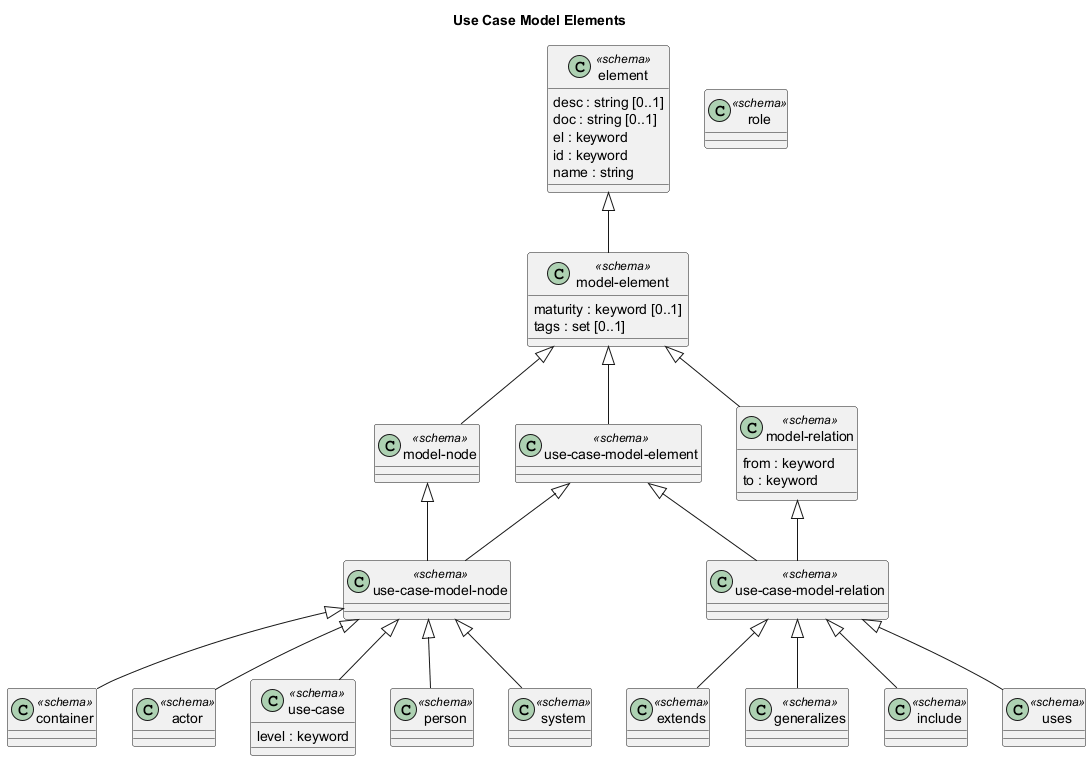
Before: docs/overarch/data-model/use-case-model-elements.png, a diagram exported from PlantUML (soulspace-org/overarch).
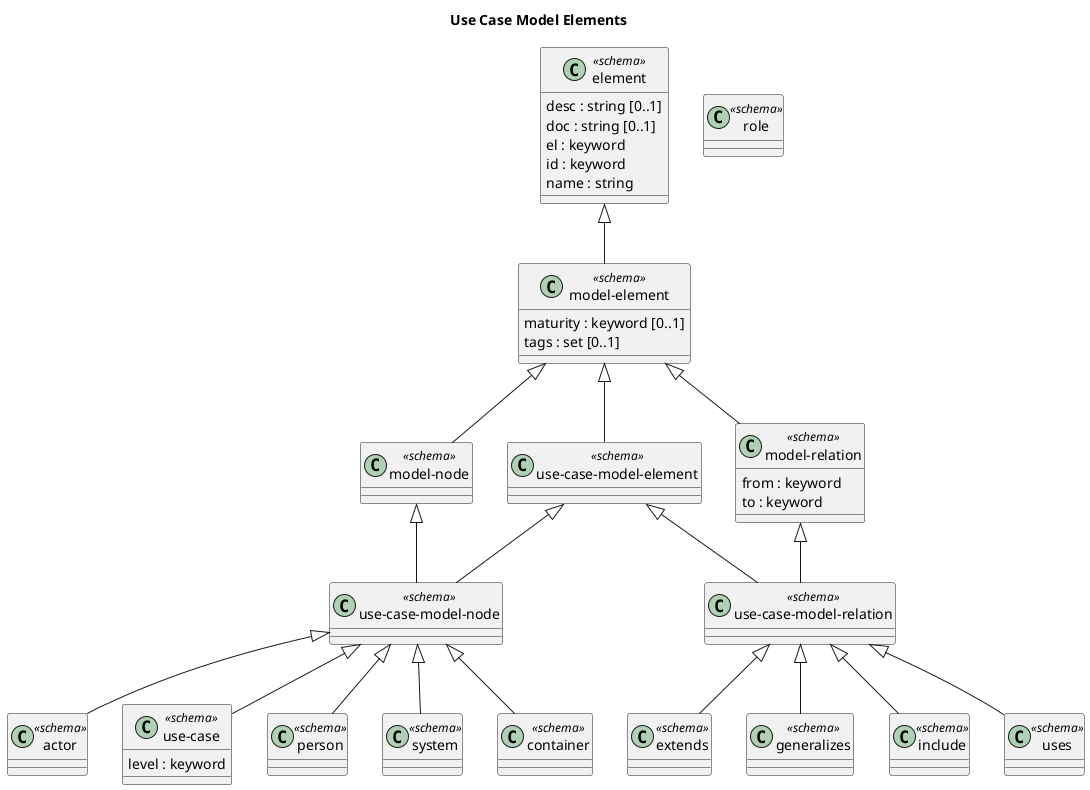
Above is the later version.

Diff of the diagram source:
```diff
@@ -1,8 +1,9 @@
 @startuml use-case-model-elements
 title Use Case Model Elements
-class "container" as overarch_dataModel_container <<schema>> {}
-class "actor" as overarch_dataModel_actor <<schema>> {}
-class "model-node" as overarch_dataModel_modelNode <<schema>> {}
+class "actor" as overarch_dataModel_actor <<schema>> {
+}
+class "model-node" as overarch_dataModel_modelNode <<schema>> {
+}
 class "element" as overarch_dataModel_element <<schema>> {
   desc : string [0..1]
   doc : string [0..1]
@@ -10,7 +11,8 @@
   id : keyword
   name : string
 }
-class "extends" as overarch_dataModel_extends <<schema>> {}
+class "extends" as overarch_dataModel_extends <<schema>> {
+}
 class "use-case" as overarch_dataModel_useCase <<schema>> {
   level : keyword
 }
@@ -18,15 +20,26 @@
   maturity : keyword [0..1]
   tags : set [0..1]
 }
-class "use-case-model-node" as overarch_dataModel_useCaseModelNode <<schema>> {}
-class "generalizes" as overarch_dataModel_generalizes <<schema>> {}
-class "person" as overarch_dataModel_person <<schema>> {}
-class "use-case-model-relation" as overarch_dataModel_useCaseModelRelation <<schema>> {}
-class "role" as overarch_dataModel_role <<schema>> {}
-class "use-case-model-element" as overarch_dataModel_useCaseModelElement <<schema>> {}
-class "include" as overarch_dataModel_include <<schema>> {}
-class "system" as overarch_dataModel_system <<schema>> {}
-class "uses" as overarch_dataModel_uses <<schema>> {}
+class "use-case-model-node" as overarch_dataModel_useCaseModelNode <<schema>> {
+}
+class "generalizes" as overarch_dataModel_generalizes <<schema>> {
+}
+class "person" as overarch_dataModel_person <<schema>> {
+}
+class "use-case-model-relation" as overarch_dataModel_useCaseModelRelation <<schema>> {
+}
+class "role" as overarch_dataModel_role <<schema>> {
+}
+class "use-case-model-element" as overarch_dataModel_useCaseModelElement <<schema>> {
+}
+class "system" as overarch_dataModel_system <<schema>> {
+}
+class "include" as overarch_dataModel_include <<schema>> {
+}
+class "container" as overarch_dataModel_container <<schema>> {
+}
+class "uses" as overarch_dataModel_uses <<schema>> {
+}
 class "model-relation" as overarch_dataModel_modelRelation <<schema>> {
   from : keyword
   to : keyword
```
